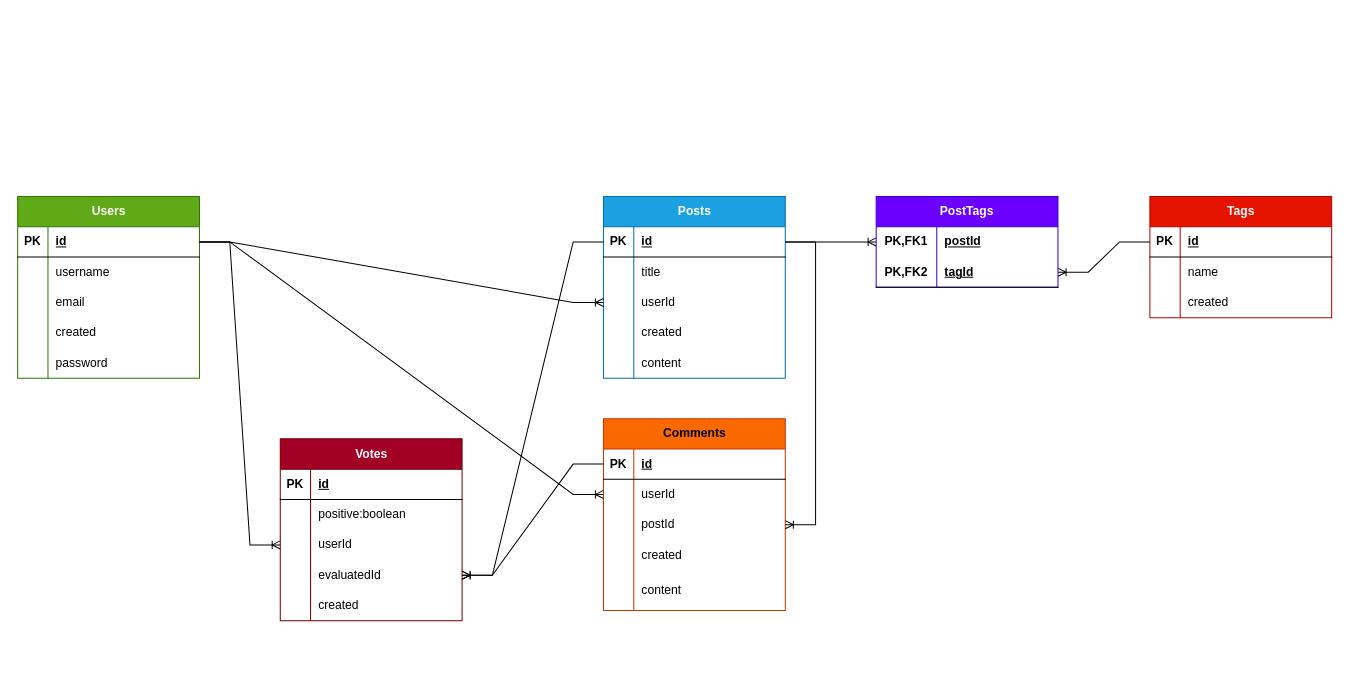
Earlier version of the draw.io diagram backend/random_blog_rel_table.drawio (tMas9941/random-blog). Source tidied: cells renumbered, new cells numbered last; positions are measured from the earlier drawing's top-left corner, leaving out a move shared by most shapes. Both pictures are drawn from the tidied source at 101%, with x=0, y=0 at pixel (17, 196).
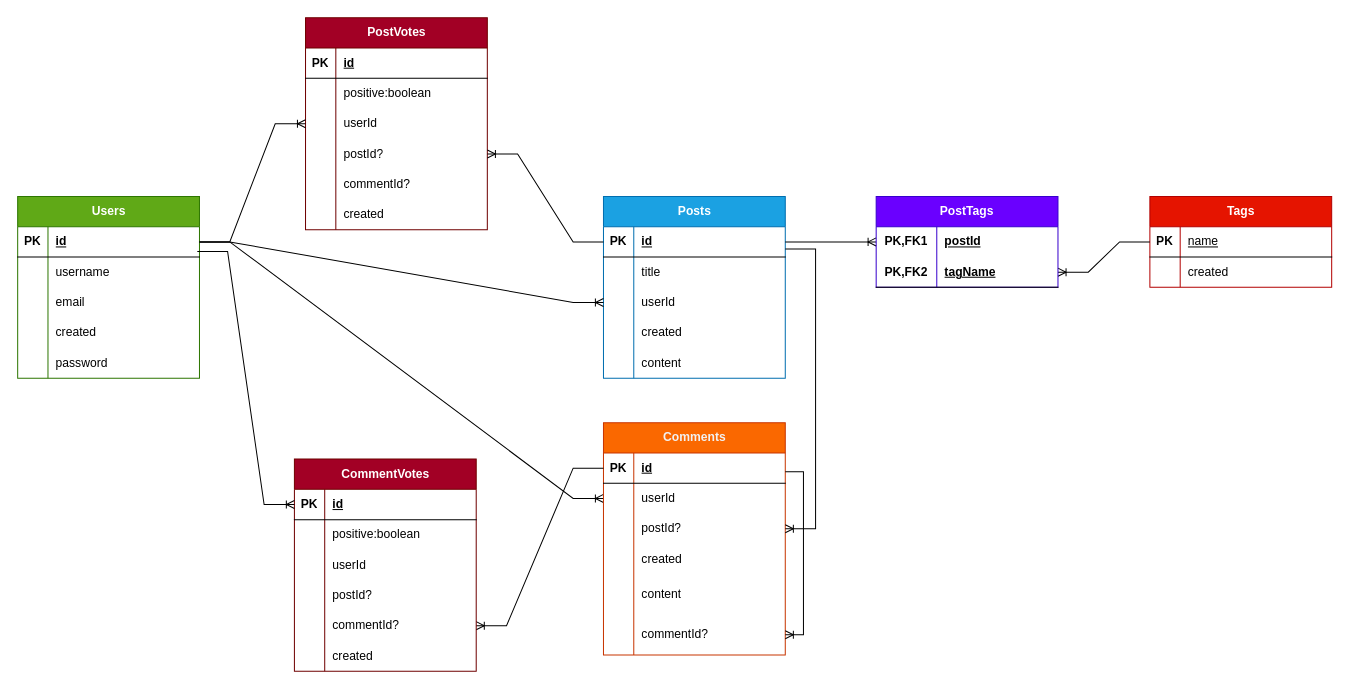
The same page after the edit.

Unchanged cells that the change refers to:
```xml
<mxCell id="3" style="shape=tableRow;horizontal=0;startSize=0;swimlaneHead=0;swimlaneBody=0;fillColor=none;points=[[0,0.5],[1,0.5]];portConstraint=eastwest;top=0;left=0;right=0;bottom=1;" parent="2" vertex="1">
  <mxGeometry y="30" width="180" height="30" as="geometry" />
</mxCell>
<mxCell id="19" style="shape=tableRow;horizontal=0;startSize=0;swimlaneHead=0;swimlaneBody=0;fillColor=none;points=[[0,0.5],[1,0.5]];portConstraint=eastwest;top=0;left=0;right=0;bottom=1;" parent="18" vertex="1">
  <mxGeometry y="30" width="180" height="30" as="geometry" />
</mxCell>
<mxCell id="37" style="shape=tableRow;horizontal=0;startSize=0;swimlaneHead=0;swimlaneBody=0;fillColor=none;points=[[0,0.5],[1,0.5]];portConstraint=eastwest;top=0;left=0;right=0;bottom=1;" parent="36" vertex="1">
  <mxGeometry y="30" width="180" height="30" as="geometry" />
</mxCell>
<mxCell id="43" style="shape=tableRow;horizontal=0;startSize=0;swimlaneHead=0;swimlaneBody=0;fillColor=none;points=[[0,0.5],[1,0.5]];portConstraint=eastwest;top=0;left=0;right=0;bottom=0;" parent="36" vertex="1">
  <mxGeometry y="90" width="180" height="30" as="geometry" />
</mxCell>
<mxCell id="53" style="shape=tableRow;horizontal=0;startSize=0;swimlaneHead=0;swimlaneBody=0;fillColor=none;points=[[0,0.5],[1,0.5]];portConstraint=eastwest;top=0;left=0;right=0;bottom=1;" parent="52" vertex="1">
  <mxGeometry y="30" width="180" height="30" as="geometry" />
</mxCell>
<mxCell id="69" style="shape=tableRow;horizontal=0;startSize=0;swimlaneHead=0;swimlaneBody=0;fillColor=none;points=[[0,0.5],[1,0.5]];portConstraint=eastwest;top=0;left=0;right=0;bottom=1;html=1;" parent="65" vertex="1">
  <mxGeometry y="60" width="180" height="30" as="geometry" />
</mxCell>
<mxCell id="82" style="shape=tableRow;horizontal=0;startSize=0;swimlaneHead=0;swimlaneBody=0;fillColor=none;points=[[0,0.5],[1,0.5]];portConstraint=eastwest;top=0;left=0;right=0;bottom=0;" parent="72" vertex="1">
  <mxGeometry y="120" width="180" height="30" as="geometry" />
</mxCell>
```

Change to the diagram source:
```diff
@@
-    <mxCell id="36" value="Comments" style="shape=table;startSize=30;childLayout=tableLayout;rowLines=0;fontStyle=1;align=center;html=1;fillColor=#fa6800;strokeColor=#C73500;fontColor=#000000;" parent="1" vertex="1">
-      <mxGeometry x="580" y="220" width="180" height="190" as="geometry" />
+    <mxCell id="36" value="Comments" style="shape=table;startSize=30;childLayout=tableLayout;rowLines=0;fontStyle=1;align=center;fillColor=#fa6800;strokeColor=#C73500;fontColor=#F1F1F1;html=1;" parent="1" vertex="1">
+      <mxGeometry x="580" y="224" width="180" height="230" as="geometry" />
     </mxCell>
+    <mxCell id="91" style="edgeStyle=orthogonalEdgeStyle;fontSize=12;html=1;endArrow=ERoneToMany;rounded=0;exitX=1;exitY=0.619;exitDx=0;exitDy=0;entryX=1;entryY=0.5;entryDx=0;entryDy=0;exitPerimeter=0;verticalAlign=middle;align=center;strokeColor=default;jumpStyle=none;flowAnimation=0;shadow=0;startFill=0;" parent="36" edge="1" source="37" target="92">
+      <mxGeometry relative="1" as="geometry">
+        <Array as="points">
+          <mxPoint x="198" y="49" />
+          <mxPoint x="198" y="210" />
+        </Array>
+      </mxGeometry>
+    </mxCell>
@@
-    <mxCell id="45" value="postId" style="shape=partialRectangle;fillColor=none;top=0;left=0;bottom=0;right=0;align=left;spacingLeft=6;overflow=hidden;whiteSpace=wrap;html=1;" parent="43" vertex="1">
+    <mxCell id="45" value="postId?" style="shape=partialRectangle;fillColor=none;top=0;left=0;bottom=0;right=0;align=left;spacingLeft=6;overflow=hidden;whiteSpace=wrap;html=1;" parent="43" vertex="1">
       <mxGeometry x="30" width="150" height="30" as="geometry" />
     </mxCell>
@@
+    <mxCell id="92" style="shape=tableRow;horizontal=0;startSize=0;swimlaneHead=0;swimlaneBody=0;fillColor=none;points=[[0,0.5],[1,0.5]];portConstraint=eastwest;top=0;left=0;right=0;bottom=0;" parent="36" vertex="1">
+      <mxGeometry y="190" width="180" height="40" as="geometry" />
+    </mxCell>
+    <mxCell id="93" style="shape=partialRectangle;fillColor=none;top=0;left=0;bottom=0;right=0;overflow=hidden;whiteSpace=wrap;html=1;" parent="92" vertex="1">
+      <mxGeometry width="30" height="40" as="geometry" />
+    </mxCell>
+    <mxCell id="94" value="commentId?" style="shape=partialRectangle;fillColor=none;top=0;left=0;bottom=0;right=0;align=left;spacingLeft=6;overflow=hidden;whiteSpace=wrap;html=1;" parent="92" vertex="1">
+      <mxGeometry x="30" width="150" height="40" as="geometry" />
+    </mxCell>
     <mxCell id="52" value="Tags" style="shape=table;startSize=30;childLayout=tableLayout;rowLines=0;fontStyle=1;align=center;html=1;fillColor=#e51400;fontColor=#ffffff;strokeColor=#B20000;" parent="1" vertex="1">
-      <mxGeometry x="1121" width="180" height="120" as="geometry" />
+      <mxGeometry x="1121" width="180" height="90" as="geometry" />
     </mxCell>
@@
-    <mxCell id="55" value="id" style="shape=partialRectangle;fillColor=none;top=0;left=0;bottom=0;right=0;align=left;spacingLeft=6;fontStyle=5;overflow=hidden;whiteSpace=wrap;html=1;" parent="53" vertex="1">
+    <mxCell id="55" value="&lt;span style=&quot;font-weight: 400;&quot;&gt;name&lt;/span&gt;" style="shape=partialRectangle;fillColor=none;top=0;left=0;bottom=0;right=0;align=left;spacingLeft=6;fontStyle=5;overflow=hidden;whiteSpace=wrap;html=1;" parent="53" vertex="1">
       <mxGeometry x="30" width="150" height="30" as="geometry" />
     </mxCell>
-    <mxCell id="56" style="shape=tableRow;horizontal=0;startSize=0;swimlaneHead=0;swimlaneBody=0;fillColor=none;top=0;left=0;right=0;bottom=0;" parent="52" vertex="1">
-      <mxGeometry y="60" width="180" height="30" as="geometry" />
-    </mxCell>
-    <mxCell id="57" style="shape=partialRectangle;fillColor=none;top=0;left=0;bottom=0;right=0;overflow=hidden;whiteSpace=wrap;html=1;" parent="56" vertex="1">
-      <mxGeometry width="30" height="30" as="geometry" />
-    </mxCell>
-    <mxCell id="58" value="name" style="shape=partialRectangle;fillColor=none;top=0;left=0;bottom=0;right=0;align=left;spacingLeft=6;overflow=hidden;whiteSpace=wrap;html=1;" parent="56" vertex="1">
-      <mxGeometry x="30" width="150" height="30" as="geometry" />
-    </mxCell>
     <mxCell id="59" style="shape=tableRow;horizontal=0;startSize=0;swimlaneHead=0;swimlaneBody=0;fillColor=none;top=0;left=0;right=0;bottom=0;" parent="52" vertex="1">
-      <mxGeometry y="90" width="180" height="30" as="geometry" />
+      <mxGeometry y="60" width="180" height="30" as="geometry" />
     </mxCell>
@@
-    <mxCell id="64" style="edgeStyle=entityRelationEdgeStyle;fontSize=12;html=1;endArrow=ERoneToMany;rounded=0;entryX=1;entryY=0.5;entryDx=0;entryDy=0;exitX=1;exitY=0.5;exitDx=0;exitDy=0;" parent="1" edge="1" source="3" target="43">
-      <mxGeometry relative="1" as="geometry" />
+    <mxCell id="64" style="edgeStyle=entityRelationEdgeStyle;fontSize=12;html=1;endArrow=ERoneToMany;rounded=0;entryX=1;entryY=0.5;entryDx=0;entryDy=0;exitX=1;exitY=0.733;exitDx=0;exitDy=0;exitPerimeter=0;" parent="1" edge="1" source="3" target="43">
+      <mxGeometry relative="1" as="geometry">
+        <Array as="points">
+          <mxPoint x="811" y="190" />
+        </Array>
+      </mxGeometry>
     </mxCell>
@@
-    <mxCell id="71" value="tagId" style="shape=partialRectangle;fillColor=none;top=0;left=0;bottom=0;right=0;align=left;spacingLeft=6;fontStyle=5;overflow=hidden;html=1;whiteSpace=wrap;" parent="69" vertex="1">
+    <mxCell id="71" value="tagName" style="shape=partialRectangle;fillColor=none;top=0;left=0;bottom=0;right=0;align=left;spacingLeft=6;fontStyle=5;overflow=hidden;html=1;whiteSpace=wrap;" parent="69" vertex="1">
       <mxGeometry x="60" width="120" height="30" as="geometry" />
     </mxCell>
-    <mxCell id="72" value="Votes" style="shape=table;startSize=30;childLayout=tableLayout;rowLines=0;fontStyle=1;align=center;html=1;fillColor=#a20025;strokeColor=#6F0000;fontColor=#ffffff;" parent="1" vertex="1">
-      <mxGeometry x="260" y="240" width="180" height="180" as="geometry" />
+    <mxCell id="72" value="PostVotes" style="shape=table;startSize=30;childLayout=tableLayout;rowLines=0;fontStyle=1;align=center;html=1;fillColor=#a20025;strokeColor=#6F0000;fontColor=#ffffff;" parent="1" vertex="1">
+      <mxGeometry x="285" y="-177" width="180" height="210" as="geometry" />
     </mxCell>
@@
-    <mxCell id="84" value="evaluatedId" style="shape=partialRectangle;fillColor=none;top=0;left=0;bottom=0;right=0;align=left;spacingLeft=6;overflow=hidden;whiteSpace=wrap;html=1;" parent="82" vertex="1">
+    <mxCell id="84" value="postId?" style="shape=partialRectangle;fillColor=none;top=0;left=0;bottom=0;right=0;align=left;spacingLeft=6;overflow=hidden;whiteSpace=wrap;html=1;" parent="82" vertex="1">
       <mxGeometry x="30" width="150" height="30" as="geometry" />
     </mxCell>
+    <mxCell id="95" style="shape=tableRow;horizontal=0;startSize=0;swimlaneHead=0;swimlaneBody=0;fillColor=none;top=0;left=0;right=0;bottom=0;" parent="72" vertex="1">
+      <mxGeometry y="150" width="180" height="30" as="geometry" />
+    </mxCell>
+    <mxCell id="96" style="shape=partialRectangle;fillColor=none;top=0;left=0;bottom=0;right=0;overflow=hidden;whiteSpace=wrap;html=1;" parent="95" vertex="1">
+      <mxGeometry width="30" height="30" as="geometry" />
+    </mxCell>
+    <mxCell id="97" value="commentId?" style="shape=partialRectangle;fillColor=none;top=0;left=0;bottom=0;right=0;align=left;spacingLeft=6;overflow=hidden;whiteSpace=wrap;html=1;" parent="95" vertex="1">
+      <mxGeometry x="30" width="150" height="30" as="geometry" />
+    </mxCell>
     <mxCell id="85" style="shape=tableRow;horizontal=0;startSize=0;swimlaneHead=0;swimlaneBody=0;fillColor=none;top=0;left=0;right=0;bottom=0;" parent="72" vertex="1">
-      <mxGeometry y="150" width="180" height="30" as="geometry" />
+      <mxGeometry y="180" width="180" height="30" as="geometry" />
     </mxCell>
@@
-    <mxCell id="90" style="edgeStyle=entityRelationEdgeStyle;fontSize=12;html=1;endArrow=ERoneToMany;rounded=0;exitX=0;exitY=0.5;exitDx=0;exitDy=0;entryX=1;entryY=0.5;entryDx=0;entryDy=0;" parent="1" edge="1" source="37" target="82">
+    <mxCell id="90" style="edgeStyle=entityRelationEdgeStyle;fontSize=12;html=1;endArrow=ERoneToMany;rounded=0;exitX=0;exitY=0.5;exitDx=0;exitDy=0;" parent="1" edge="1" source="37" target="110">
       <mxGeometry relative="1" as="geometry" />
     </mxCell>
+    <mxCell id="98" value="CommentVotes" style="shape=table;startSize=30;childLayout=tableLayout;rowLines=0;fontStyle=1;align=center;html=1;fillColor=#a20025;strokeColor=#6F0000;fontColor=#ffffff;" parent="1" vertex="1">
+      <mxGeometry x="274" y="260" width="180" height="210" as="geometry" />
+    </mxCell>
+    <mxCell id="99" style="shape=tableRow;horizontal=0;startSize=0;swimlaneHead=0;swimlaneBody=0;fillColor=none;points=[[0,0.5],[1,0.5]];portConstraint=eastwest;top=0;left=0;right=0;bottom=1;" parent="98" vertex="1">
+      <mxGeometry y="30" width="180" height="30" as="geometry" />
+    </mxCell>
+    <mxCell id="100" value="PK" style="shape=partialRectangle;fillColor=none;top=0;left=0;bottom=0;right=0;fontStyle=1;overflow=hidden;whiteSpace=wrap;html=1;" parent="99" vertex="1">
+      <mxGeometry width="30" height="30" as="geometry" />
+    </mxCell>
+    <mxCell id="101" value="id" style="shape=partialRectangle;fillColor=none;top=0;left=0;bottom=0;right=0;align=left;spacingLeft=6;fontStyle=5;overflow=hidden;whiteSpace=wrap;html=1;" parent="99" vertex="1">
+      <mxGeometry x="30" width="150" height="30" as="geometry" />
+    </mxCell>
+    <mxCell id="56" style="shape=tableRow;horizontal=0;startSize=0;swimlaneHead=0;swimlaneBody=0;fillColor=none;top=0;left=0;right=0;bottom=0;" parent="98" vertex="1">
+      <mxGeometry y="60" width="180" height="30" as="geometry" />
+    </mxCell>
+    <mxCell id="102" style="shape=partialRectangle;fillColor=none;top=0;left=0;bottom=0;right=0;overflow=hidden;whiteSpace=wrap;html=1;" parent="56" vertex="1">
+      <mxGeometry width="30" height="30" as="geometry" />
+    </mxCell>
+    <mxCell id="103" value="positive:boolean" style="shape=partialRectangle;fillColor=none;top=0;left=0;bottom=0;right=0;align=left;spacingLeft=6;overflow=hidden;whiteSpace=wrap;html=1;" parent="56" vertex="1">
+      <mxGeometry x="30" width="150" height="30" as="geometry" />
+    </mxCell>
+    <mxCell id="104" style="shape=tableRow;horizontal=0;startSize=0;swimlaneHead=0;swimlaneBody=0;fillColor=none;top=0;left=0;right=0;bottom=0;" parent="98" vertex="1">
+      <mxGeometry y="90" width="180" height="30" as="geometry" />
+    </mxCell>
+    <mxCell id="105" style="shape=partialRectangle;fillColor=none;top=0;left=0;bottom=0;right=0;overflow=hidden;whiteSpace=wrap;html=1;" parent="104" vertex="1">
+      <mxGeometry width="30" height="30" as="geometry" />
+    </mxCell>
+    <mxCell id="106" value="userId" style="shape=partialRectangle;fillColor=none;top=0;left=0;bottom=0;right=0;align=left;spacingLeft=6;overflow=hidden;whiteSpace=wrap;html=1;" parent="104" vertex="1">
+      <mxGeometry x="30" width="150" height="30" as="geometry" />
+    </mxCell>
+    <mxCell id="107" style="shape=tableRow;horizontal=0;startSize=0;swimlaneHead=0;swimlaneBody=0;fillColor=none;top=0;left=0;right=0;bottom=0;" parent="98" vertex="1">
+      <mxGeometry y="120" width="180" height="30" as="geometry" />
+    </mxCell>
+    <mxCell id="108" style="shape=partialRectangle;fillColor=none;top=0;left=0;bottom=0;right=0;overflow=hidden;whiteSpace=wrap;html=1;" parent="107" vertex="1">
+      <mxGeometry width="30" height="30" as="geometry" />
+    </mxCell>
+    <mxCell id="109" value="postId?" style="shape=partialRectangle;fillColor=none;top=0;left=0;bottom=0;right=0;align=left;spacingLeft=6;overflow=hidden;whiteSpace=wrap;html=1;" parent="107" vertex="1">
+      <mxGeometry x="30" width="150" height="30" as="geometry" />
+    </mxCell>
+    <mxCell id="110" style="shape=tableRow;horizontal=0;startSize=0;swimlaneHead=0;swimlaneBody=0;fillColor=none;points=[[0,0.5],[1,0.5]];portConstraint=eastwest;top=0;left=0;right=0;bottom=0;" parent="98" vertex="1">
+      <mxGeometry y="150" width="180" height="30" as="geometry" />
+    </mxCell>
+    <mxCell id="111" style="shape=partialRectangle;fillColor=none;top=0;left=0;bottom=0;right=0;overflow=hidden;whiteSpace=wrap;html=1;" parent="110" vertex="1">
+      <mxGeometry width="30" height="30" as="geometry" />
+    </mxCell>
+    <mxCell id="112" value="commentId?" style="shape=partialRectangle;fillColor=none;top=0;left=0;bottom=0;right=0;align=left;spacingLeft=6;overflow=hidden;whiteSpace=wrap;html=1;" parent="110" vertex="1">
+      <mxGeometry x="30" width="150" height="30" as="geometry" />
+    </mxCell>
+    <mxCell id="113" style="shape=tableRow;horizontal=0;startSize=0;swimlaneHead=0;swimlaneBody=0;fillColor=none;top=0;left=0;right=0;bottom=0;" parent="98" vertex="1">
+      <mxGeometry y="180" width="180" height="30" as="geometry" />
+    </mxCell>
+    <mxCell id="114" style="shape=partialRectangle;fillColor=none;top=0;left=0;bottom=0;right=0;overflow=hidden;whiteSpace=wrap;html=1;" parent="113" vertex="1">
+      <mxGeometry width="30" height="30" as="geometry" />
+    </mxCell>
+    <mxCell id="115" value="created" style="shape=partialRectangle;fillColor=none;top=0;left=0;bottom=0;right=0;align=left;spacingLeft=6;overflow=hidden;whiteSpace=wrap;html=1;" parent="113" vertex="1">
+      <mxGeometry x="30" width="150" height="30" as="geometry" />
+    </mxCell>
+    <mxCell id="116" style="edgeStyle=entityRelationEdgeStyle;fontSize=12;html=1;endArrow=ERoneToMany;rounded=0;exitX=0.988;exitY=0.817;exitDx=0;exitDy=0;exitPerimeter=0;entryX=0;entryY=0.5;entryDx=0;entryDy=0;" parent="1" edge="1" source="19" target="99">
+      <mxGeometry relative="1" as="geometry" />
+    </mxCell>
```
